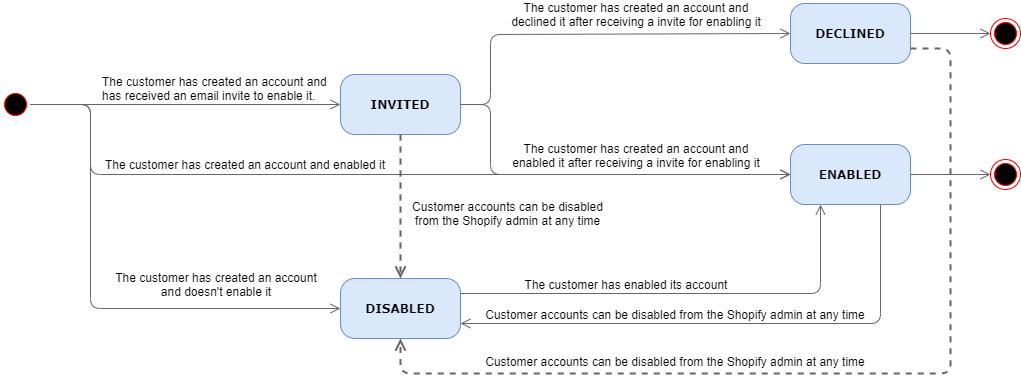
Before: strategic-design/Spotify Customer Admin API - State Machine.png, a diagram exported from draw.io (rpicanco/ShopifyAdminAPICustomer). Source tidied: cells renumbered, new cells last; positions are measured from the earlier drawing's top-left corner, leaving out a move shared by most shapes.
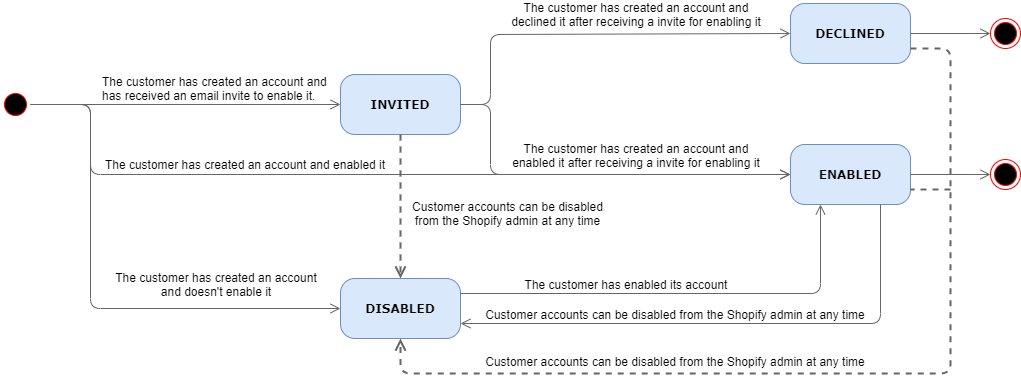
After the change.

Commit message:
state machine diagram updated

What changed in the source:
```diff
@@ -133,5 +133,10 @@
     <mxCell id="28" value="Customer accounts can be disabled from the Shopify admin at any time" style="text;html=1;strokeColor=none;fillColor=none;align=center;verticalAlign=middle;whiteSpace=wrap;rounded=0;" parent="1" vertex="1">
       <mxGeometry x="475" y="338" width="400" height="40" as="geometry" />
     </mxCell>
+    <mxCell id="29" style="endArrow=none;html=1;dashed=1;strokeWidth=2;strokeColor=#666666;entryX=1;entryY=0.75;entryDx=0;entryDy=0;" parent="1" edge="1" target="12">
+      <mxGeometry relative="1" as="geometry">
+        <mxPoint x="950" y="186" as="sourcePoint" />
+      </mxGeometry>
+    </mxCell>
   </root>
 </mxGraphModel>
```
